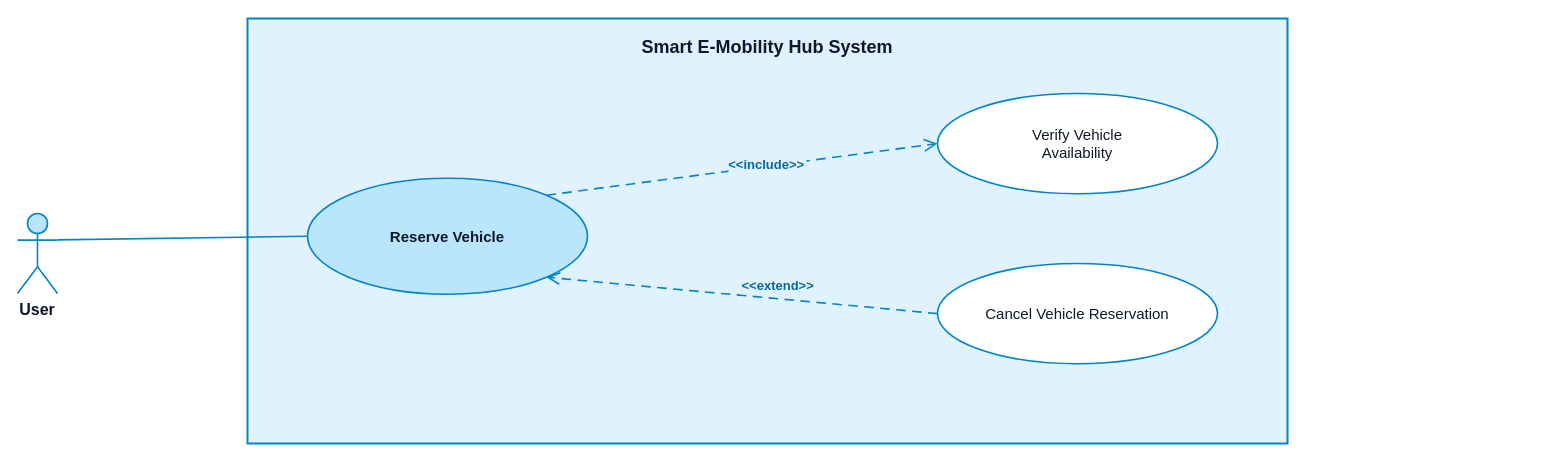
The draw.io diagram docs/diagrams/01_Usecase_Diagram/drawio/UC03-Reserve_Vehicle.drawio in YdtTran/software-engineerning, before the edit. Source tidied: cells renumbered, new cells numbered last; positions are measured from the earlier drawing's top-left corner, leaving out a move shared by most shapes. Both pictures are drawn from the tidied source at 100%, with x=0, y=0 at pixel (17, 18).
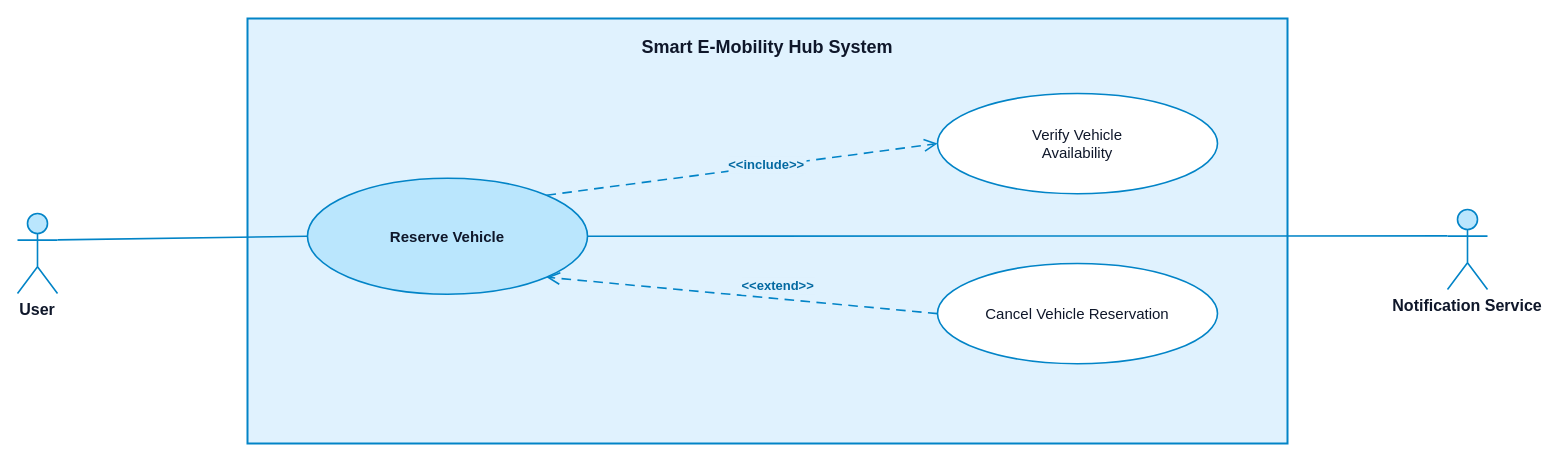
The same page after the edit.

Commit message (it also covers changes not shown here):
fix(uc03_04): add second actor

Diff of the diagram source:
```diff
@@
 <mxGraphModel background="#ffffff">
   <root>
     <mxCell id="0" />
     <mxCell id="1" parent="0" />
     <mxCell id="2" value="Smart E-Mobility Hub System" style="rounded=0;whiteSpace=wrap;html=0;verticalAlign=top;spacingTop=12;fontFamily=Arial;fontSize=18;fontStyle=1;fontColor=#0f172a;fillColor=#e0f2fe;strokeColor=#0284c7;strokeWidth=2;" parent="1" vertex="1">
       <mxGeometry x="230" width="1040" height="425" as="geometry" />
     </mxCell>
     <mxCell id="3" value="Reserve Vehicle" style="ellipse;whiteSpace=wrap;html=0;align=center;verticalAlign=middle;fontFamily=Arial;fontSize=15;fontColor=#0f172a;fontStyle=1;fillColor=#bae6fd;strokeColor=#0284c7;strokeWidth=1.6;" parent="2" vertex="1">
       <mxGeometry x="60" y="159.7" width="280" height="116" as="geometry" />
     </mxCell>
     <mxCell id="4" value="Verify Vehicle&#10;Availability" style="ellipse;whiteSpace=wrap;html=0;align=center;verticalAlign=middle;fontFamily=Arial;fontSize=15;fontColor=#0f172a;fontStyle=0;fillColor=#ffffff;strokeColor=#0284c7;strokeWidth=1.6;" parent="2" vertex="1">
       <mxGeometry x="690" y="75" width="280" height="100.2" as="geometry" />
     </mxCell>
     <mxCell id="5" value="Cancel Vehicle Reservation" style="ellipse;whiteSpace=wrap;html=0;align=center;verticalAlign=middle;fontFamily=Arial;fontSize=15;fontColor=#0f172a;fontStyle=0;fillColor=#ffffff;strokeColor=#0284c7;strokeWidth=1.6;" parent="2" vertex="1">
       <mxGeometry x="690" y="245" width="280" height="100.2" as="geometry" />
     </mxCell>
     <mxCell id="6" style="edgeStyle=none;noEdgeStyle=1;rounded=0;html=0;strokeColor=#0284c7;strokeWidth=1.6;exitX=0;exitY=0.5;entryX=1;entryY=1;exitDx=0;exitDy=0;entryDx=0;entryDy=0;dashed=1;dashPattern=6 4;endArrow=open;endSize=10;endFill=0;" parent="2" edge="1" source="5" target="3">
       <mxGeometry relative="1" as="geometry" />
     </mxCell>
     <mxCell id="7" value="&lt;&lt;extend&gt;&gt;" style="edgeLabel;html=0;align=center;verticalAlign=middle;fontFamily=Arial;fontSize=13;fontColor=#0369a1;fontStyle=1;labelBackgroundColor=#e0f2fe;" parent="6" vertex="1">
       <mxGeometry x="0.35" relative="1" as="geometry">
         <mxPoint x="104" y="-5" as="offset" />
       </mxGeometry>
     </mxCell>
     <mxCell id="8" value="User" style="shape=umlActor;html=0;verticalLabelPosition=bottom;verticalAlign=top;align=center;outlineConnect=0;fontFamily=Arial;fontSize=16;fontStyle=1;fontColor=#0f172a;fillColor=#bae6fd;strokeColor=#0284c7;strokeWidth=1.6;" parent="1" vertex="1">
       <mxGeometry y="195" width="40" height="80" as="geometry" />
     </mxCell>
     <mxCell id="9" style="edgeStyle=none;noEdgeStyle=1;rounded=0;html=0;strokeColor=#0284c7;strokeWidth=1.6;exitX=1;exitY=0.33;entryX=0;entryY=0.5;exitPerimeter=0;entryPerimeter=0;exitDx=0;exitDy=0;entryDx=0;entryDy=0;endArrow=none;" parent="1" edge="1" source="8" target="3">
       <mxGeometry relative="1" as="geometry" />
     </mxCell>
     <mxCell id="10" style="edgeStyle=none;noEdgeStyle=1;rounded=0;html=0;strokeColor=#0284c7;strokeWidth=1.6;exitX=1;exitY=0;entryX=0;entryY=0.5;entryPerimeter=0;exitDx=0;exitDy=0;entryDx=0;entryDy=0;dashed=1;dashPattern=6 4;endArrow=open;endSize=10;endFill=0;" parent="1" edge="1" source="3" target="4">
       <mxGeometry relative="1" as="geometry" />
     </mxCell>
     <mxCell id="11" value="&lt;&lt;include&gt;&gt;" style="edgeLabel;html=0;align=center;verticalAlign=middle;fontFamily=Arial;fontSize=13;fontColor=#0369a1;fontStyle=1;labelBackgroundColor=#e0f2fe;" parent="10" vertex="1">
       <mxGeometry x="0.35" relative="1" as="geometry">
         <mxPoint x="-44" y="3" as="offset" />
       </mxGeometry>
     </mxCell>
+    <mxCell id="12" value="Notification Service" style="shape=umlActor;html=0;verticalLabelPosition=bottom;verticalAlign=top;align=center;outlineConnect=0;fontFamily=Arial;fontSize=16;fontStyle=1;fontColor=#0f172a;fillColor=#bae6fd;strokeColor=#0284c7;strokeWidth=1.6;" parent="1" vertex="1">
+      <mxGeometry x="1430" y="191" width="40" height="80" as="geometry" />
+    </mxCell>
+    <mxCell id="13" style="edgeStyle=none;noEdgeStyle=1;rounded=0;html=0;strokeColor=#0284c7;strokeWidth=1.6;exitX=1;exitY=0.5;entryX=0;entryY=0.33;exitPerimeter=0;entryPerimeter=0;exitDx=0;exitDy=0;entryDx=0;entryDy=0;endArrow=none;" parent="1" edge="1" source="3" target="12">
+      <mxGeometry relative="1" as="geometry" />
+    </mxCell>
   </root>
 </mxGraphModel>
```
